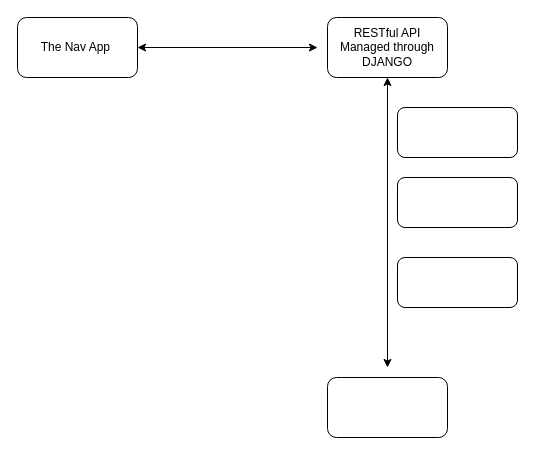
DariaVesela/TheNavigationProject keeps this draw.io diagram as the_nav_proj_architecture.drawio. Above is the earlier version. Source tidied: cells renumbered, new cells numbered last; positions are measured from the earlier drawing's top-left corner, leaving out a move shared by most shapes. Both pictures are drawn from the tidied source at 100%, with x=0, y=0 at pixel (17, 17).
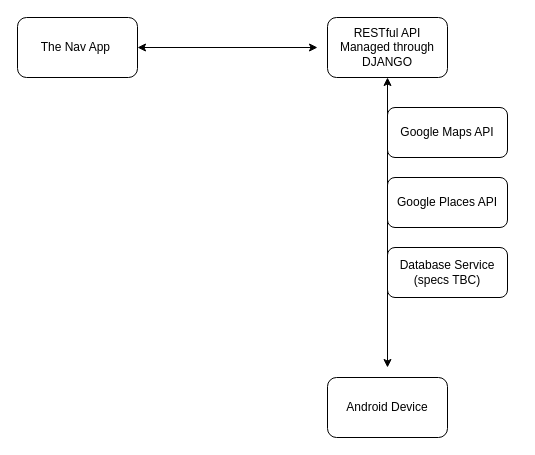
After the change.

Commit message:
Filled in baseline services needed for App to run

The edit, as a diff of the source:
```diff
@@
 <mxGraphModel>
   <root>
     <mxCell id="0" />
     <mxCell id="1" parent="0" />
     <mxCell id="2" value="The Nav App&amp;nbsp;" style="rounded=1;whiteSpace=wrap;html=1;" parent="1" vertex="1">
       <mxGeometry width="120" height="60" as="geometry" />
     </mxCell>
     <mxCell id="3" style="endArrow=classic;startArrow=classic;html=1;rounded=0;exitX=1;exitY=0.5;exitDx=0;exitDy=0;" parent="1" edge="1" source="2">
       <mxGeometry relative="1" as="geometry">
         <mxPoint x="300" y="30" as="targetPoint" />
       </mxGeometry>
     </mxCell>
     <mxCell id="4" value="RESTful API&lt;div&gt;Managed through DJANGO&lt;/div&gt;" style="rounded=1;whiteSpace=wrap;html=1;" parent="1" vertex="1">
       <mxGeometry x="310" width="120" height="60" as="geometry" />
     </mxCell>
     <mxCell id="5" style="endArrow=classic;startArrow=classic;html=1;rounded=0;entryX=0.5;entryY=1;entryDx=0;entryDy=0;" parent="1" edge="1" target="4">
       <mxGeometry relative="1" as="geometry">
         <mxPoint x="370" y="350" as="sourcePoint" />
       </mxGeometry>
     </mxCell>
-    <mxCell id="6" style="rounded=1;whiteSpace=wrap;html=1;" parent="1" vertex="1">
-      <mxGeometry x="380" y="160" width="120" height="50" as="geometry" />
+    <mxCell id="6" value="Google Places API" style="rounded=1;whiteSpace=wrap;html=1;" parent="1" vertex="1">
+      <mxGeometry x="370" y="160" width="120" height="50" as="geometry" />
     </mxCell>
-    <mxCell id="7" style="rounded=1;whiteSpace=wrap;html=1;" parent="1" vertex="1">
+    <mxCell id="7" value="Android Device" style="rounded=1;whiteSpace=wrap;html=1;" parent="1" vertex="1">
       <mxGeometry x="310" y="360" width="120" height="60" as="geometry" />
     </mxCell>
-    <mxCell id="8" style="rounded=1;whiteSpace=wrap;html=1;" parent="1" vertex="1">
-      <mxGeometry x="380" y="90" width="120" height="50" as="geometry" />
+    <mxCell id="8" value="Google Maps API" style="rounded=1;whiteSpace=wrap;html=1;" parent="1" vertex="1">
+      <mxGeometry x="370" y="90" width="120" height="50" as="geometry" />
     </mxCell>
-    <mxCell id="9" style="rounded=1;whiteSpace=wrap;html=1;" parent="1" vertex="1">
-      <mxGeometry x="380" y="240" width="120" height="50" as="geometry" />
+    <mxCell id="9" value="Database Service (specs TBC)" style="rounded=1;whiteSpace=wrap;html=1;" parent="1" vertex="1">
+      <mxGeometry x="370" y="230" width="120" height="50" as="geometry" />
     </mxCell>
   </root>
 </mxGraphModel>
```
